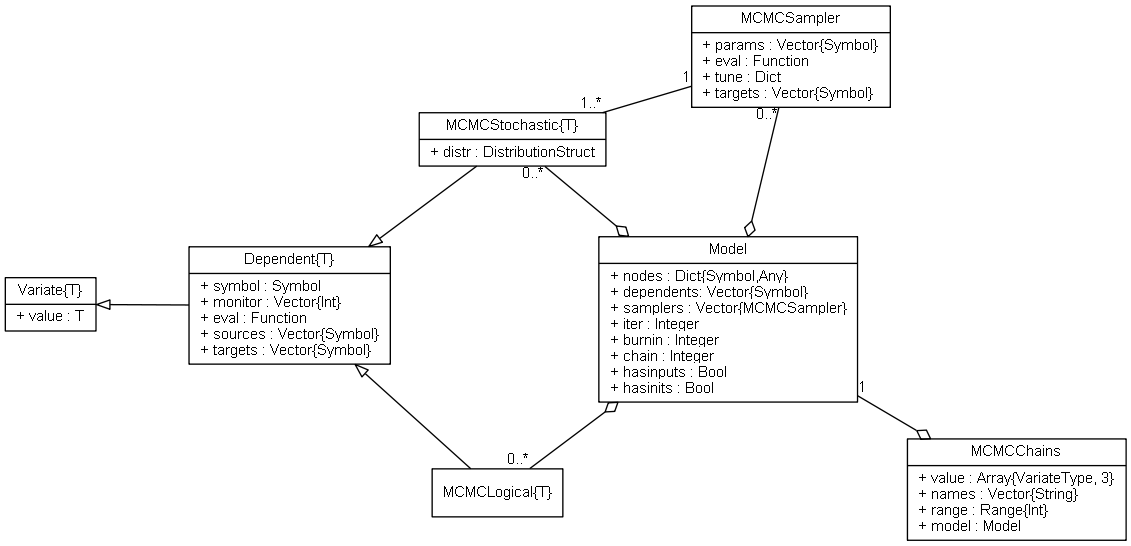
The Graphviz diagram doc/images/mcmcUML.png in brian-j-smith/Mamba.jl, before a commit. Its source is kept beside it as doc/images/mcmcUML.dot.
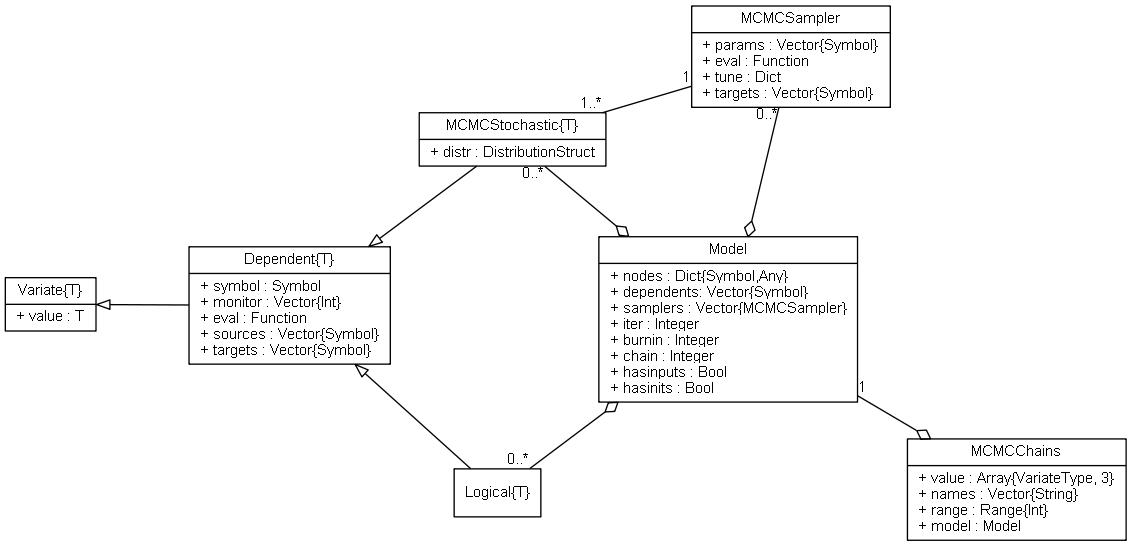
After the change.

The edit, as a diff of the source:
```diff
@@ -12,7 +12,7 @@
 
 	Dependent [label = "{Dependent\{T\}|+ symbol : Symbol\l+ monitor : Vector\{Int\}\l+ eval : Function\l+ sources : Vector\{Symbol\}\l+ targets : Vector\{Symbol\}\l}"]
 
-	MCMCLogical [label = "{MCMCLogical\{T\}}"]
+	Logical [label = "{Logical\{T\}}"]
 
 	MCMCStochastic [label = "{MCMCStochastic\{T\}|+ distr : DistributionStruct\l}"]
 
@@ -23,11 +23,11 @@
 	MCMCChains [label = "{MCMCChains|+ value : Array\{VariateType, 3\}\l+ names : Vector\{String\}\l+ range : Range\{Int\}\l+ model : Model\l}"]
 
 	Dependent -- Variate[len = 0.9, arrowhead = empty]
-	MCMCLogical -- Dependent[arrowhead = empty]
+	Logical -- Dependent[arrowhead = empty]
 	MCMCStochastic -- Dependent[arrowhead = empty]
 	MCMCSampler -- MCMCStochastic[len = 1.2, taillabel = "1", headlabel = "1..*"]
 	Model -- MCMCSampler[arrowtail = odiamond, headlabel = "0..*"]
-	Model -- MCMCLogical[arrowtail = odiamond, headlabel = "0..*"]
+	Model -- Logical[arrowtail = odiamond, headlabel = "0..*"]
 	Model -- MCMCStochastic[arrowtail = odiamond, headlabel = "0..*"]
 	MCMCChains -- Model[len = 1.2, arrowtail = odiamond, headlabel = "1"]
 
```
